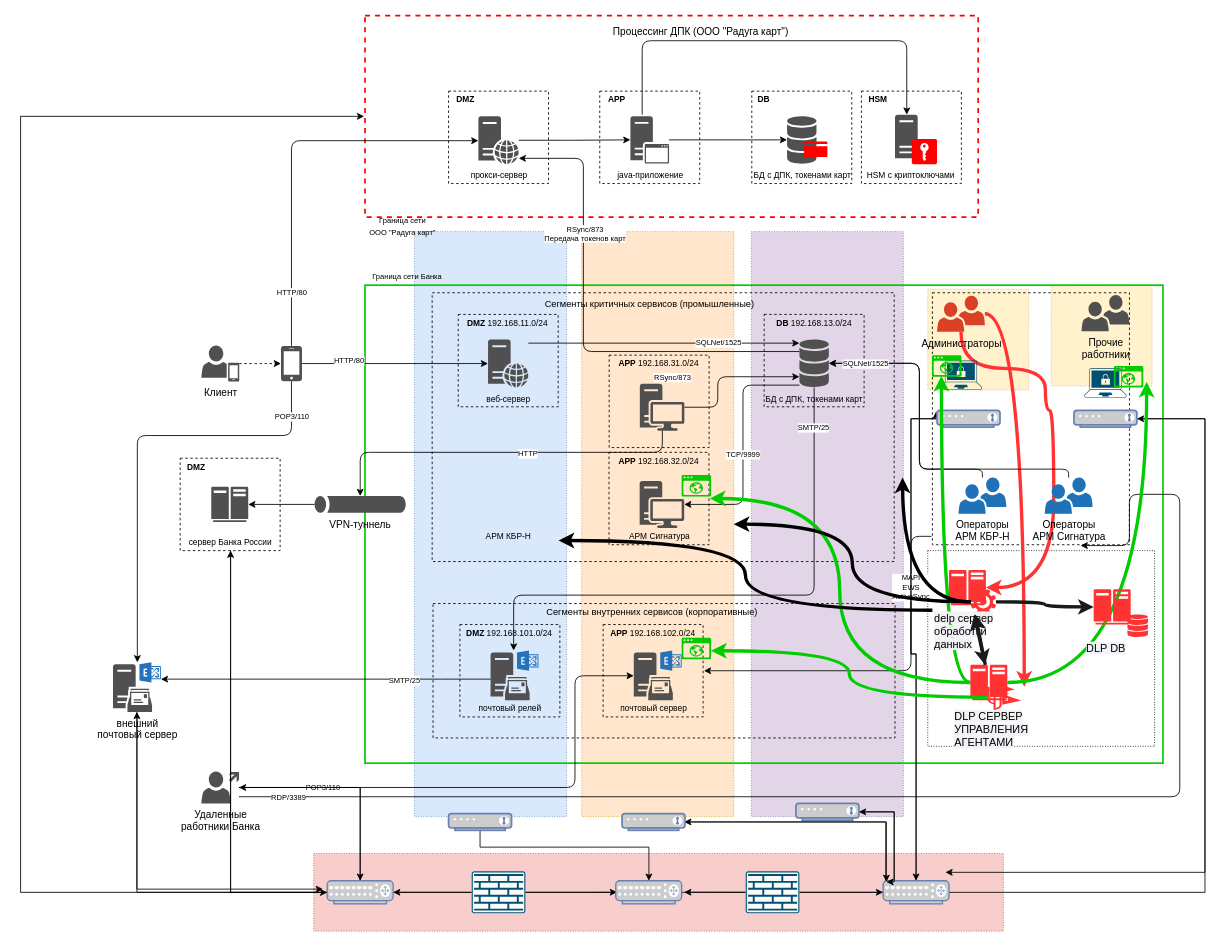
Above: дз.drawio in KotFedot21/-_1 (draw.io), before the change. Source tidied: cells renumbered, new cells numbered last; positions are measured from the earlier drawing's top-left corner, leaving out a move shared by most shapes. Both pictures are drawn from the tidied source at 84%, with x=0, y=0 at pixel (20, 15).
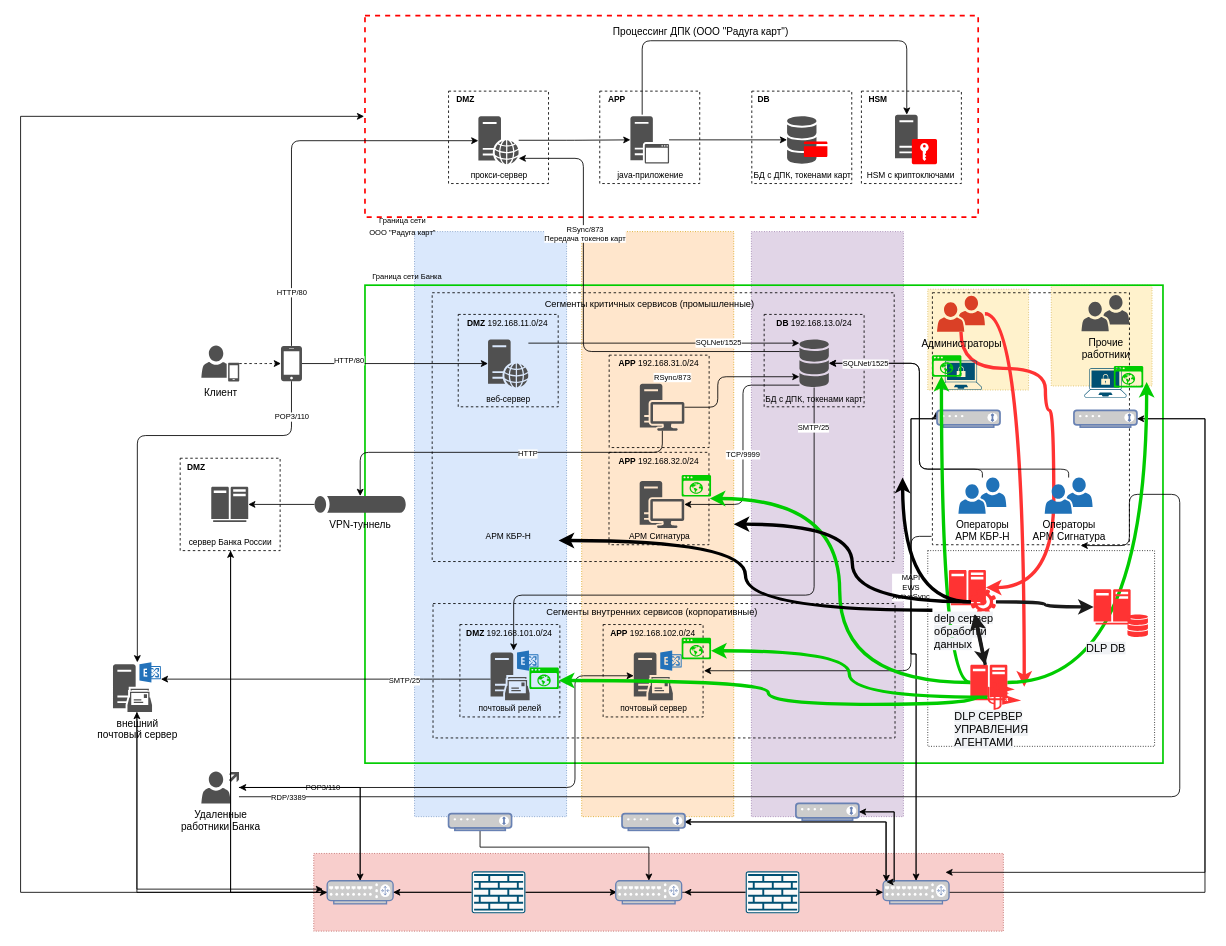
The same diagram, later.

What changed in the source:
```diff
@@
+    <mxCell id="168" style="edgeStyle=orthogonalEdgeStyle;curved=1;rounded=0;jettySize=auto;html=1;entryX=1;entryY=0.603;entryDx=0;entryDy=0;entryPerimeter=0;endArrow=classic;endFill=1;strokeColor=#00CC00;strokeWidth=4;" parent="1" edge="1" target="169">
+      <mxGeometry relative="1" as="geometry">
+        <mxPoint x="1140" y="810" as="sourcePoint" />
+        <Array as="points">
+          <mxPoint x="1140" y="820" />
+          <mxPoint x="890" y="820" />
+          <mxPoint x="890" y="792" />
+        </Array>
+      </mxGeometry>
+    </mxCell>
+    <mxCell id="169" style="verticalLabelPosition=bottom;sketch=0;html=1;fillColor=#00CC00;strokeColor=none;verticalAlign=top;align=center;shape=mxgraph.cisco_safe.security_icons.icon4;" parent="1" vertex="1">
+      <mxGeometry x="605.8" y="776.1" width="35" height="25.7" as="geometry" />
+    </mxCell>
```
